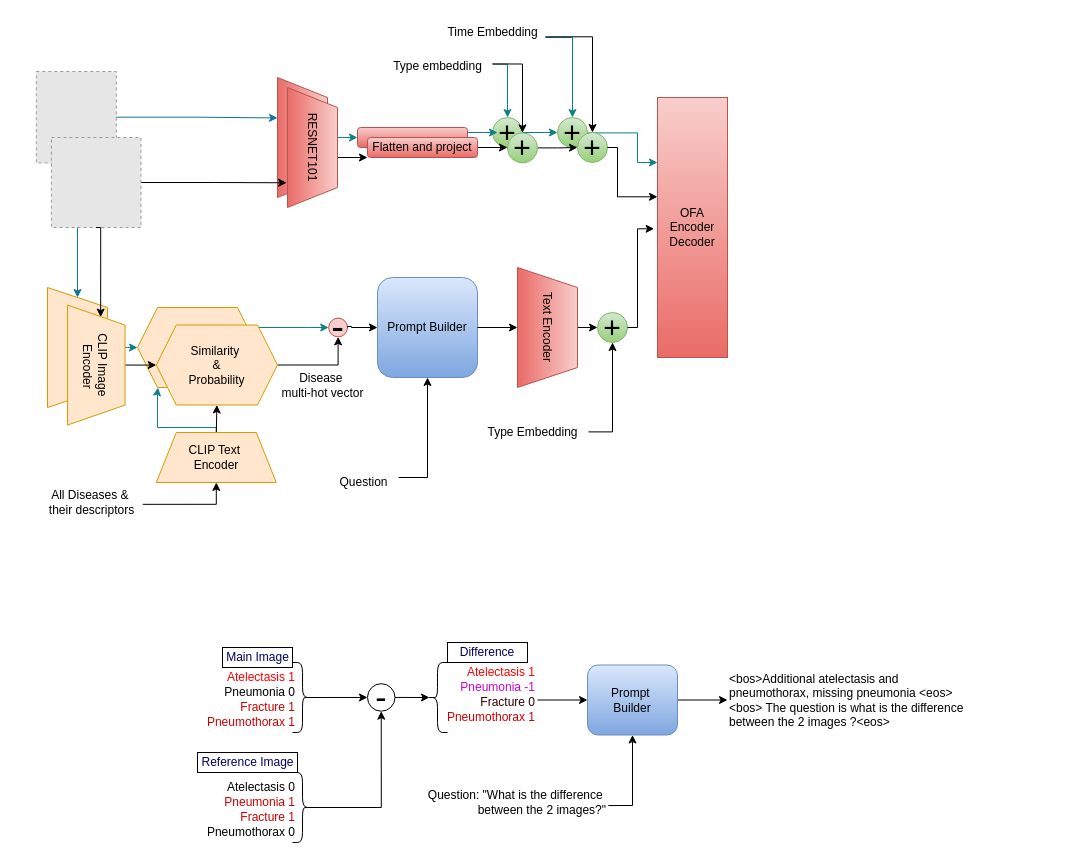
Before: figure/Untitled Diagram.drawio in sebtum/context-aware-diffvqa, a draw.io diagram. Source tidied: cells renumbered, new cells numbered last; positions are measured from the earlier drawing's top-left corner, leaving out a move shared by most shapes. Both pictures are drawn from the tidied source at 100%, with x=0, y=0 at pixel (17, 17). Pictures stored in the file or linked from it are replaced by grey dashed boxes.
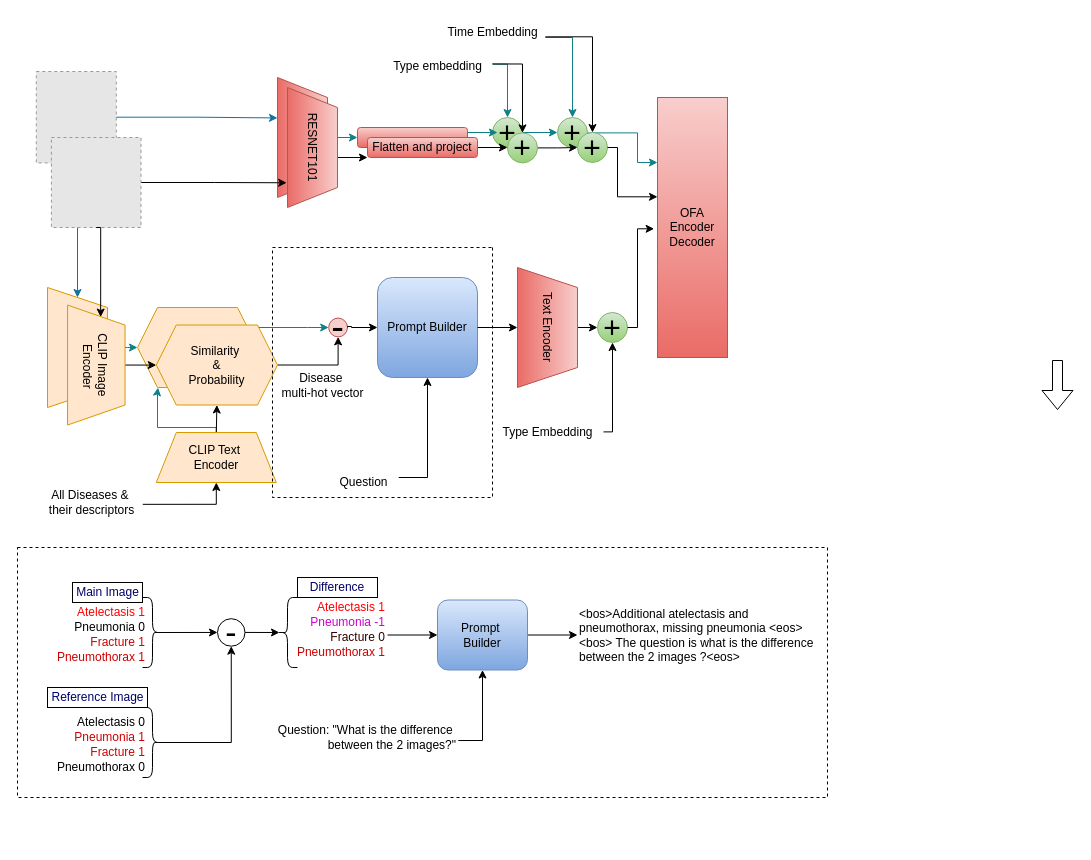
After the change.

Unchanged cells that the change refers to:
```xml
<mxCell id="19" value="&lt;font style=&quot;font-size: 30px;&quot;&gt;+&lt;/font&gt;" style="ellipse;whiteSpace=wrap;html=1;fillColor=#d5e8d4;strokeColor=#82b366;gradientColor=#97d077;" parent="1" vertex="1">
  <mxGeometry x="580" y="295" width="30" height="30" as="geometry" />
</mxCell>
```

Change to the diagram source:
```diff
@@
+    <mxCell id="102" style="rounded=0;whiteSpace=wrap;html=1;dashed=1;" parent="1" vertex="1">
+      <mxGeometry y="530" width="810" height="250" as="geometry" />
+    </mxCell>
     <mxCell id="2" style="rounded=0;whiteSpace=wrap;html=1;" parent="1" vertex="1">
-      <mxGeometry x="205" y="630" width="70" height="20" as="geometry" />
+      <mxGeometry x="55" y="565" width="70" height="20" as="geometry" />
     </mxCell>
     <mxCell id="3" value="&lt;font style=&quot;color: rgb(0, 0, 102);&quot;&gt;Main Image&lt;/font&gt;" style="text;html=1;align=center;verticalAlign=middle;strokeColor=none;fillColor=none;" parent="1" vertex="1">
-      <mxGeometry x="195" y="625" width="90" height="30" as="geometry" />
+      <mxGeometry x="45" y="560" width="90" height="30" as="geometry" />
     </mxCell>
     <mxCell id="4" style="rounded=0;whiteSpace=wrap;html=1;" parent="1" vertex="1">
-      <mxGeometry x="180" y="735" width="100" height="20" as="geometry" />
+      <mxGeometry x="30" y="670" width="100" height="20" as="geometry" />
     </mxCell>
@@
     <mxCell id="53" value="Type Embedding" style="text;html=1;align=center;verticalAlign=middle;points=[];strokeColor=none;fillColor=none;" parent="1" vertex="1">
-      <mxGeometry x="460" y="400" width="110" height="30" as="geometry" />
+      <mxGeometry x="475" y="400" width="110" height="30" as="geometry" />
     </mxCell>
     <mxCell id="54" style="edgeStyle=orthogonalEdgeStyle;rounded=0;jettySize=auto;html=1;exitX=1.009;exitY=0.48;exitDx=0;exitDy=0;entryX=0.5;entryY=1;entryDx=0;entryDy=0;exitPerimeter=0;" parent="1" edge="1" source="53" target="19">
-      <mxGeometry relative="1" as="geometry" />
+      <mxGeometry relative="1" as="geometry">
+        <Array as="points">
+          <mxPoint x="595" y="414" />
+        </Array>
+      </mxGeometry>
     </mxCell>
@@
     <mxCell id="60" style="shape=table;startSize=0;childLayout=tableLayout;fontSize=11;fillColor=none;strokeColor=none;" parent="1" vertex="1">
-      <mxGeometry x="180" y="650" width="100" height="60" as="geometry" />
+      <mxGeometry x="30" y="585" width="100" height="60" as="geometry" />
     </mxCell>
@@
     <mxCell id="69" style="shape=table;startSize=0;childLayout=tableLayout;fontSize=11;fillColor=none;strokeColor=none;" parent="1" vertex="1">
-      <mxGeometry x="180" y="760" width="100" height="60" as="geometry" />
+      <mxGeometry x="30" y="695" width="100" height="60" as="geometry" />
     </mxCell>
@@
     <mxCell id="79" style="shape=curlyBracket;whiteSpace=wrap;html=1;rounded=1;flipH=1;labelPosition=right;verticalLabelPosition=middle;align=left;verticalAlign=middle;" parent="1" vertex="1">
-      <mxGeometry x="275" y="645" width="20" height="70" as="geometry" />
+      <mxGeometry x="125" y="580" width="20" height="70" as="geometry" />
     </mxCell>
@@
     <mxCell id="81" style="shape=curlyBracket;whiteSpace=wrap;html=1;rounded=1;flipH=1;labelPosition=right;verticalLabelPosition=middle;align=left;verticalAlign=middle;" parent="1" vertex="1">
-      <mxGeometry x="275" y="755" width="20" height="70" as="geometry" />
+      <mxGeometry x="125" y="690" width="20" height="70" as="geometry" />
     </mxCell>
     <mxCell id="82" value="&lt;font style=&quot;font-size: 34px;&quot;&gt;-&lt;/font&gt;" style="ellipse;whiteSpace=wrap;html=1;" parent="1" vertex="1">
-      <mxGeometry x="350" y="666.2" width="27.5" height="27.5" as="geometry" />
+      <mxGeometry x="200" y="601.2" width="27.5" height="27.5" as="geometry" />
     </mxCell>
     <mxCell id="83" style="shape=table;startSize=0;childLayout=tableLayout;fontSize=11;fillColor=none;strokeColor=none;" parent="1" vertex="1">
-      <mxGeometry x="420" y="645" width="100" height="60" as="geometry" />
+      <mxGeometry x="270" y="580" width="100" height="60" as="geometry" />
     </mxCell>
@@
     <mxCell id="92" style="shape=curlyBracket;whiteSpace=wrap;html=1;rounded=1;flipH=1;labelPosition=right;verticalLabelPosition=middle;align=left;verticalAlign=middle;rotation=-180;" parent="1" vertex="1">
-      <mxGeometry x="410" y="645" width="20" height="70" as="geometry" />
+      <mxGeometry x="260" y="580" width="20" height="70" as="geometry" />
     </mxCell>
@@
     <mxCell id="94" value="&lt;font style=&quot;color: rgb(0, 0, 102);&quot;&gt;Reference Image&lt;/font&gt;" style="text;html=1;align=center;verticalAlign=middle;strokeColor=none;fillColor=none;" parent="1" vertex="1">
-      <mxGeometry x="170" y="730" width="120" height="30" as="geometry" />
+      <mxGeometry x="20" y="665" width="120" height="30" as="geometry" />
     </mxCell>
     <mxCell id="95" value="Question: &quot;What is the difference&amp;nbsp;&lt;div&gt;between the 2 images?&quot;&lt;/div&gt;" style="text;html=1;align=right;verticalAlign=middle;points=[];strokeColor=none;fillColor=none;" parent="1" vertex="1">
-      <mxGeometry x="390" y="765" width="200" height="40" as="geometry" />
+      <mxGeometry x="240" y="700" width="200" height="40" as="geometry" />
     </mxCell>
     <mxCell id="96" value="&amp;lt;bos&amp;gt;Additional atelectasis and&amp;nbsp;&lt;div&gt;pneumothorax,&amp;nbsp;&lt;span style=&quot;background-color: transparent; color: light-dark(rgb(0, 0, 0), rgb(255, 255, 255));&quot;&gt;missing pneumonia &amp;lt;eos&amp;gt;&amp;nbsp;&lt;/span&gt;&lt;/div&gt;&lt;div&gt;&lt;span style=&quot;background-color: transparent; color: light-dark(rgb(0, 0, 0), rgb(255, 255, 255));&quot;&gt;&amp;lt;bos&amp;gt; The question is&amp;nbsp;&lt;/span&gt;&lt;span style=&quot;background-color: transparent; color: light-dark(rgb(0, 0, 0), rgb(255, 255, 255));&quot;&gt;what is the difference&amp;nbsp;&lt;/span&gt;&lt;/div&gt;&lt;div&gt;&lt;span style=&quot;background-color: transparent; color: light-dark(rgb(0, 0, 0), rgb(255, 255, 255));&quot;&gt;between the 2 images ?&amp;lt;eos&amp;gt;&lt;/span&gt;&lt;/div&gt;" style="text;html=1;align=left;verticalAlign=middle;points=[];strokeColor=none;fillColor=none;" parent="1" vertex="1">
-      <mxGeometry x="710" y="647.5" width="260" height="70" as="geometry" />
+      <mxGeometry x="560" y="582.5" width="260" height="70" as="geometry" />
     </mxCell>
     <mxCell id="97" value="&lt;font style=&quot;color: rgb(0, 0, 102);&quot;&gt;Difference&lt;/font&gt;" style="rounded=0;whiteSpace=wrap;html=1;" parent="1" vertex="1">
-      <mxGeometry x="430" y="625" width="80" height="20" as="geometry" />
+      <mxGeometry x="280" y="560" width="80" height="20" as="geometry" />
     </mxCell>
@@
     <mxCell id="99" value="Prompt&amp;nbsp;&lt;div&gt;Builder&lt;/div&gt;" style="rounded=1;whiteSpace=wrap;html=1;fillColor=#dae8fc;gradientColor=#7ea6e0;strokeColor=#6c8ebf;" parent="1" vertex="1">
-      <mxGeometry x="570" y="647.5" width="90" height="70" as="geometry" />
+      <mxGeometry x="420" y="582.5" width="90" height="70" as="geometry" />
     </mxCell>
@@
+    <mxCell id="103" style="endArrow=none;dashed=1;html=1;rounded=0;" parent="1" edge="1">
+      <mxGeometry relative="1" as="geometry">
+        <mxPoint x="475" y="230" as="sourcePoint" />
+        <mxPoint x="475" y="230" as="targetPoint" />
+        <Array as="points">
+          <mxPoint x="475" y="480" />
+          <mxPoint x="255" y="480" />
+          <mxPoint x="255" y="230" />
+        </Array>
+      </mxGeometry>
+    </mxCell>
+    <mxCell id="104" style="shape=flexArrow;endArrow=classic;html=1;rounded=0;fontColor=#000066;" parent="1" edge="1">
+      <mxGeometry relative="1" as="geometry">
+        <mxPoint x="1040" y="342.5" as="sourcePoint" />
+        <mxPoint x="1040" y="392.5" as="targetPoint" />
+      </mxGeometry>
+    </mxCell>
```
